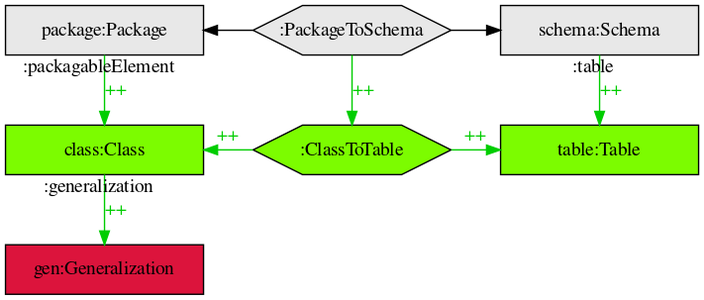
Earlier version of the Graphviz export tgg-template-example-2.png (012456/tgg-dot-template). Its source is kept beside it as tgg-template-example-2.dot. Source of this version:
```dot
digraph d2
{
    graph [ dpi = 100 ];
    node [ fixedsize = true, width = 2 ]; splines = line ; node [ style = filled ];

    /* grey box nodes */ node [ fillcolor = grey91, shape = box ];
    /* ex: n1 [ label = "label" ]; */
        a1 [ label = "package:Package" ];
        a3 [ label = "schema:Schema" ];

    /* grey hexagon nodes */ node [ shape = hexagon ];
    /* ex: n1 [ label = "label" ]; */
        a2 [ label = ":PackageToSchema" ];

    /* green box nodes */ node [ fillcolor = lawngreen, shape = box ];
    /* ex: n1 [ label = "label" ]; */
        b1 [ label = "class:Class" ];
        b3 [ label = "table:Table" ];

    /* green hexagon nodes */ node [ shape = hexagon ];
    /* ex: n1 [ label = "label" ]; */
        b2 [ label = ":ClassToTable" ];

    /* red box nodes */ node [ fillcolor = crimson, shape = box ];
    /* ex: n1 [ label = "label" ]; */
        c1 [ label = "gen:Generalization" ];

    /* enforce rows */
    /* ex: { rank = same n1 n2 n3 } */
        { rank = same a1 a2 a3 }
        { rank = same b1 b2 b3 }
        { rank = same c1 }

    /* black edges from column */ edge [ color = black ];
    /* ex: n1 -> n2 ; */
    /* ex: n1 -> n2 [ label = "label", dir = back ]; */
        a1 -> a2 [ dir = back ] ;
        a2 -> a3 ;

    /* green ++ edges */ edge [ color = green3, label = <<font color="green3">++</font>>, labeldistance = 1 ];
    /* ex: n1 -> n2 ; */
    /* ex: n1 -> n2 [ taillabel = "label", dir = back ]; */
        a2 -> b2 ;
        b1 -> b2 [ dir = back ];
        b2 -> b3 ;
        a1 -> b1 [ taillabel = ":packagableElement" ];
        b1 -> c1 [ taillabel = ":generalization" ];
        a3 -> b3 [ taillabel = ":table" ];
}
```
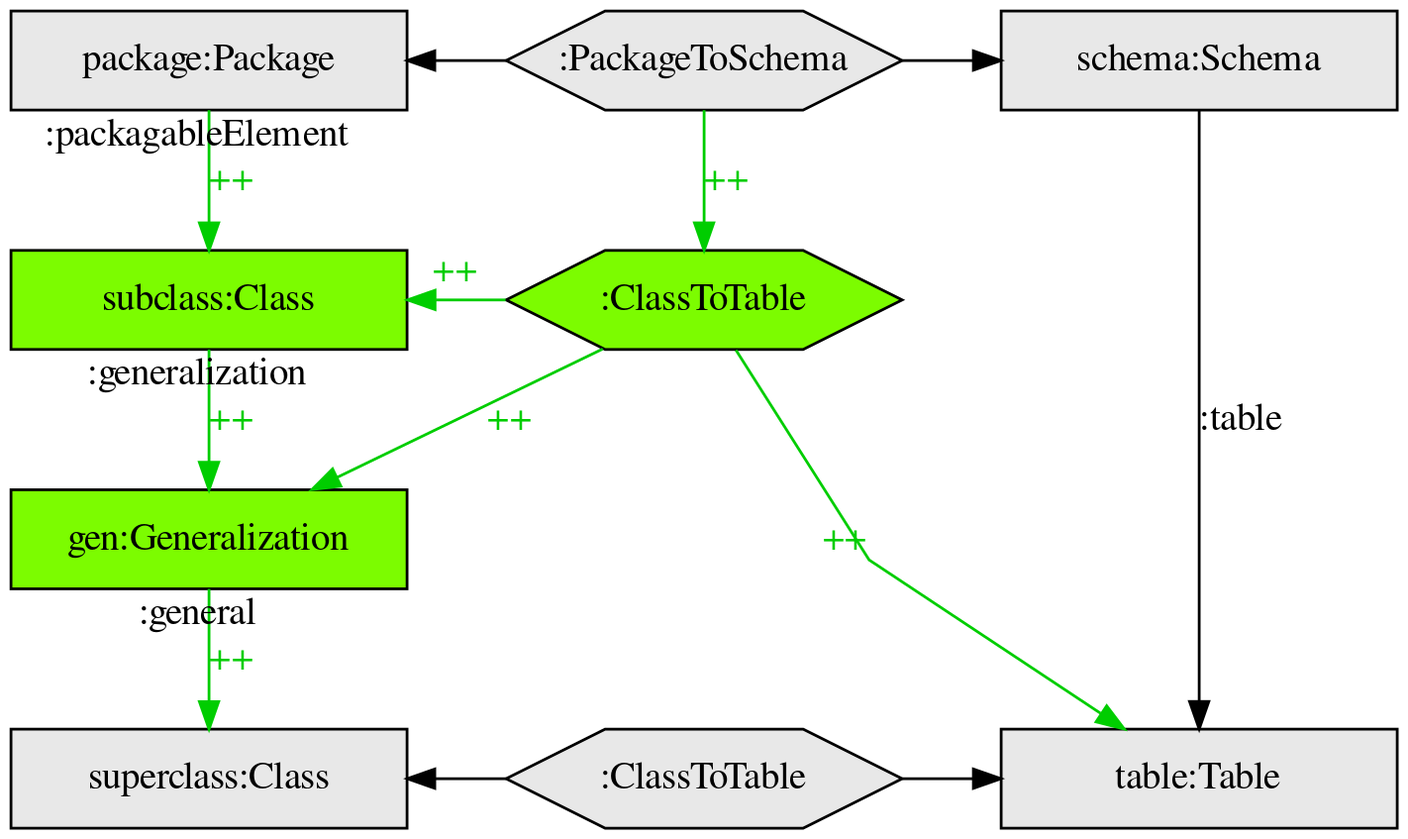
After the commit.

The edit, as a diff of the source:
```diff
@@ -1,21 +1,24 @@
 digraph d2
 {
-    graph [ dpi = 100 ];
+    graph [ dpi = 200 ];
     node [ fixedsize = true, width = 2 ]; splines = line ; node [ style = filled ];
 
     /* grey box nodes */ node [ fillcolor = grey91, shape = box ];
     /* ex: n1 [ label = "label" ]; */
         a1 [ label = "package:Package" ];
         a3 [ label = "schema:Schema" ];
+        d1 [ label = "superclass:Class" ];
+        d3 [ label = "table:Table" ];
 
     /* grey hexagon nodes */ node [ shape = hexagon ];
     /* ex: n1 [ label = "label" ]; */
         a2 [ label = ":PackageToSchema" ];
+        d2 [ label = ":ClassToTable" ];
 
     /* green box nodes */ node [ fillcolor = lawngreen, shape = box ];
     /* ex: n1 [ label = "label" ]; */
-        b1 [ label = "class:Class" ];
-        b3 [ label = "table:Table" ];
+        b1 [ label = "subclass:Class" ];
+        c1 [ label = "gen:Generalization" ];
 
     /* green hexagon nodes */ node [ shape = hexagon ];
     /* ex: n1 [ label = "label" ]; */
@@ -23,27 +26,31 @@
 
     /* red box nodes */ node [ fillcolor = crimson, shape = box ];
     /* ex: n1 [ label = "label" ]; */
-        c1 [ label = "gen:Generalization" ];
 
     /* enforce rows */
     /* ex: { rank = same n1 n2 n3 } */
         { rank = same a1 a2 a3 }
-        { rank = same b1 b2 b3 }
+        { rank = same b1 b2 }
         { rank = same c1 }
+        { rank = same d2 d1 d3 }
 
     /* black edges from column */ edge [ color = black ];
     /* ex: n1 -> n2 ; */
     /* ex: n1 -> n2 [ label = "label", dir = back ]; */
         a1 -> a2 [ dir = back ] ;
         a2 -> a3 ;
+        d1 -> d2 [ dir = back ] ;
+        d2 -> d3 ;
+        a3 -> d3 [ label = ":table" ];
 
     /* green ++ edges */ edge [ color = green3, label = <<font color="green3">++</font>>, labeldistance = 1 ];
     /* ex: n1 -> n2 ; */
     /* ex: n1 -> n2 [ taillabel = "label", dir = back ]; */
         a2 -> b2 ;
         b1 -> b2 [ dir = back ];
-        b2 -> b3 ;
+        c1 -> b2 [ dir = back ];
+        b2 -> d3 ;
         a1 -> b1 [ taillabel = ":packagableElement" ];
         b1 -> c1 [ taillabel = ":generalization" ];
-        a3 -> b3 [ taillabel = ":table" ];
+        c1 -> d1 [ taillabel = ":general" ];
 }
```
